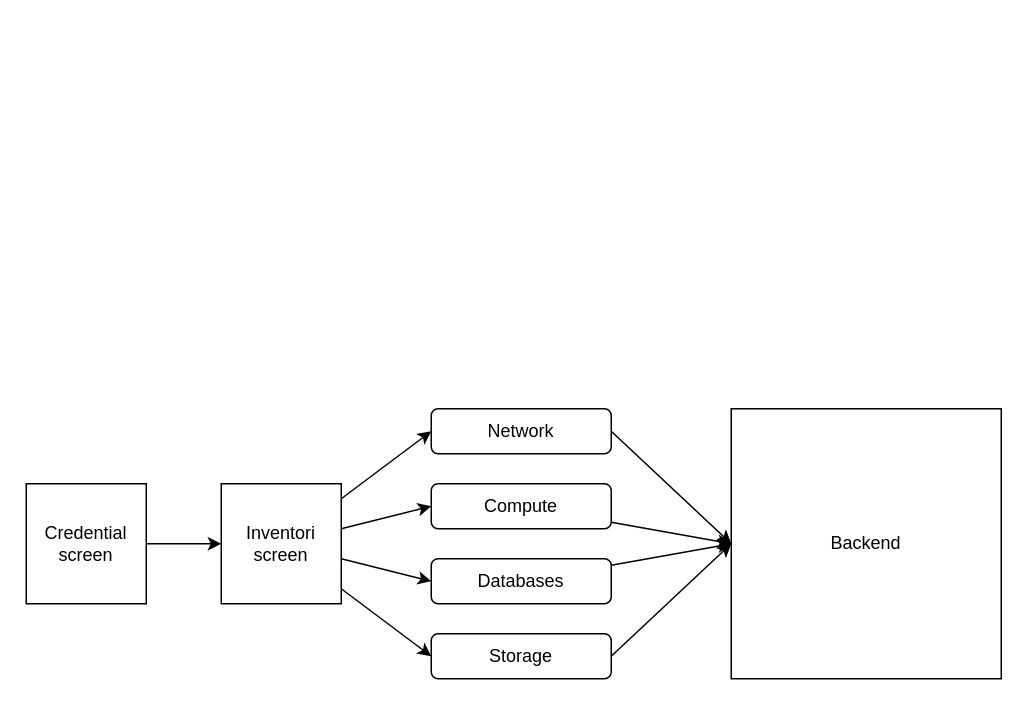
This is page "Infrastructure" (1 of 2) of frontend-infrastructure.drawio from bartbriek/inventori, a draw.io file, before an edit. Source tidied: cells renumbered, new cells numbered last; positions are measured from the earlier drawing's top-left corner, leaving out a move shared by most shapes. Both pictures are drawn from the tidied source at 150%, with x=0, y=0 at pixel (26, 408).
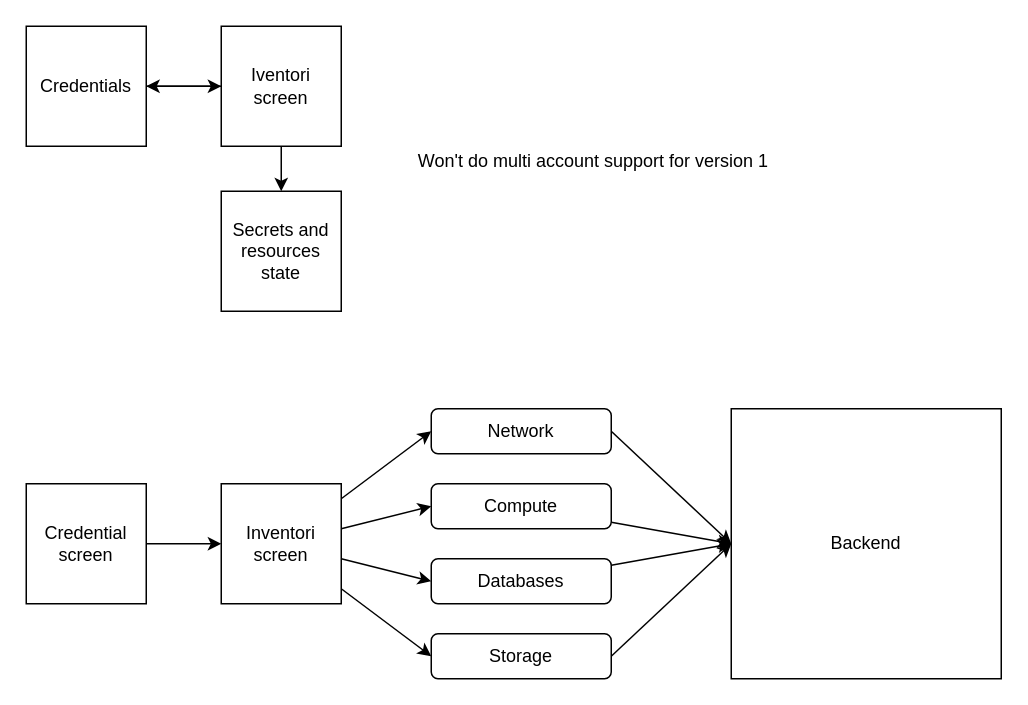
The same diagram, later.

The change refers to these unchanged cells:
```xml
<mxCell id="3" value="Credential screen" style="whiteSpace=wrap;html=1;" parent="1" vertex="1">
  <mxGeometry y="50" width="80" height="80" as="geometry" />
</mxCell>
<mxCell id="8" value="Inventori screen" style="whiteSpace=wrap;html=1;" parent="1" vertex="1">
  <mxGeometry x="130" y="50" width="80" height="80" as="geometry" />
</mxCell>
```

Diff of the diagram source:
```diff
@@
-    <mxCell id="2" style="edgeStyle=none;html=1;entryX=0;entryY=0.5;entryDx=0;entryDy=0;" parent="1" edge="1" source="3" target="8">
-      <mxGeometry relative="1" as="geometry" />
+    <mxCell id="2" style="edgeStyle=none;html=1;entryX=0;entryY=0.5;entryDx=0;entryDy=0;" parent="1" edge="1" target="8">
+      <mxGeometry relative="1" as="geometry">
+        <mxPoint x="80" y="90" as="sourcePoint" />
+      </mxGeometry>
     </mxCell>
@@
+    <mxCell id="18" style="edgeStyle=none;html=1;" parent="1" edge="1" source="19" target="22">
+      <mxGeometry relative="1" as="geometry" />
+    </mxCell>
+    <mxCell id="19" value="Credentials" style="whiteSpace=wrap;html=1;" parent="1" vertex="1">
+      <mxGeometry y="-255" width="80" height="80" as="geometry" />
+    </mxCell>
+    <mxCell id="20" style="edgeStyle=none;html=1;entryX=0.5;entryY=0;entryDx=0;entryDy=0;" parent="1" edge="1" source="22" target="23">
+      <mxGeometry relative="1" as="geometry" />
+    </mxCell>
+    <mxCell id="21" style="edgeStyle=none;html=1;" parent="1" edge="1" source="22" target="19">
+      <mxGeometry relative="1" as="geometry" />
+    </mxCell>
+    <mxCell id="22" value="Iventori screen" style="whiteSpace=wrap;html=1;" parent="1" vertex="1">
+      <mxGeometry x="130" y="-255" width="80" height="80" as="geometry" />
+    </mxCell>
+    <mxCell id="23" value="Secrets and resources state" style="whiteSpace=wrap;html=1;" parent="1" vertex="1">
+      <mxGeometry x="130" y="-145" width="80" height="80" as="geometry" />
+    </mxCell>
+    <mxCell id="24" value="Won't do multi account support for version 1&amp;nbsp;" style="text;html=1;strokeColor=none;fillColor=none;align=center;verticalAlign=middle;whiteSpace=wrap;rounded=0;" parent="1" vertex="1">
+      <mxGeometry x="260" y="-185" width="240" height="40" as="geometry" />
+    </mxCell>
```
